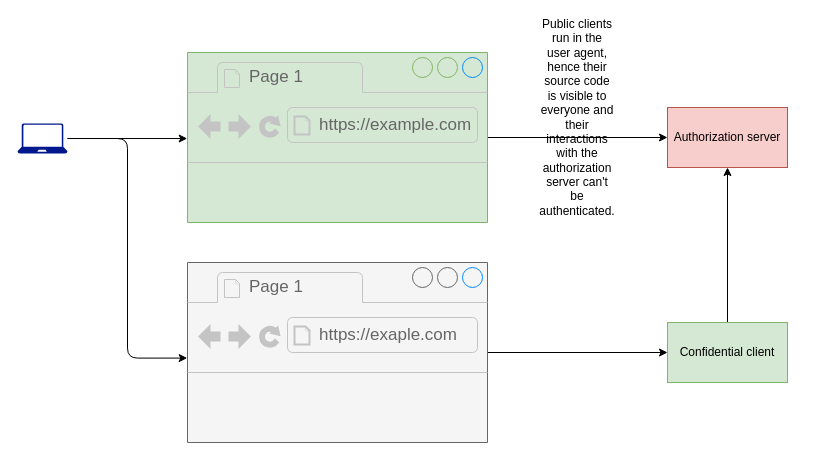
The draw.io diagram page "10.6" (6 of 8) of ch10.drawio in abunuwas/api-sec-book-imgs, before the edit. Source tidied: cells renumbered, new cells numbered last; positions are measured from the earlier drawing's top-left corner, leaving out a move shared by most shapes. Both pictures are drawn from the tidied source at 100%, with x=0, y=0 at pixel (17, 52).
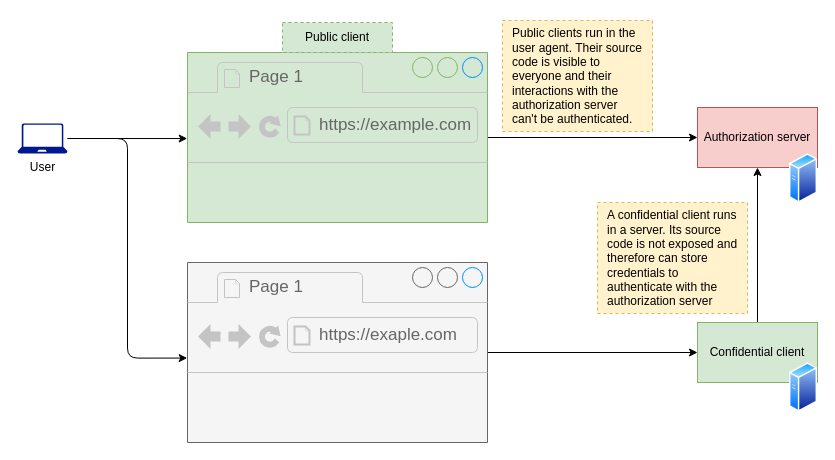
The same diagram, later.

The edit, as a diff of the source:
```diff
@@
     <mxCell id="6" value="Authorization server" style="rounded=0;whiteSpace=wrap;html=1;fillColor=#f8cecc;strokeColor=#b85450;" parent="1" vertex="1">
-      <mxGeometry x="650" y="55" width="120" height="60" as="geometry" />
+      <mxGeometry x="680" y="55" width="120" height="60" as="geometry" />
     </mxCell>
@@
     <mxCell id="8" value="Confidential client" style="rounded=0;whiteSpace=wrap;html=1;fillColor=#d5e8d4;strokeColor=#82b366;" parent="1" vertex="1">
-      <mxGeometry x="650" y="270" width="120" height="60" as="geometry" />
+      <mxGeometry x="680" y="270" width="120" height="60" as="geometry" />
     </mxCell>
-    <mxCell id="9" style="sketch=0;shadow=0;dashed=0;html=1;strokeColor=none;labelPosition=center;verticalLabelPosition=bottom;verticalAlign=top;align=center;fillColor=#00188D;shape=mxgraph.azure.laptop;" parent="1" vertex="1">
+    <mxCell id="9" value="User" style="sketch=0;shadow=0;dashed=0;html=1;strokeColor=none;labelPosition=center;verticalLabelPosition=bottom;verticalAlign=top;align=center;fillColor=#00188D;shape=mxgraph.azure.laptop;" parent="1" vertex="1">
       <mxGeometry y="71" width="50" height="30" as="geometry" />
     </mxCell>
@@
-    <mxCell id="16" value="Public clients run in the user agent, hence their source code is visible to everyone and their interactions with the authorization server can't be authenticated." style="text;html=1;align=center;verticalAlign=middle;whiteSpace=wrap;rounded=0;" parent="1" vertex="1">
-      <mxGeometry x="530" y="50" width="60" height="30" as="geometry" />
+    <mxCell id="16" value="Public clients run in the user agent. Their source code is visible to everyone and their interactions with the authorization server can't be authenticated." style="text;html=1;align=left;verticalAlign=middle;whiteSpace=wrap;rounded=0;spacing=10;strokeColor=#d6b656;dashed=1;fillColor=#fff2cc;" parent="1" vertex="1">
+      <mxGeometry x="485" y="-32" width="150" height="111" as="geometry" />
     </mxCell>
+    <mxCell id="17" style="image;perimeter=ellipsePerimeter;html=1;align=center;shadow=0;dashed=0;spacingTop=3;image=img/lib/active_directory/generic_server.svg;" parent="1" vertex="1">
+      <mxGeometry x="772" y="101" width="28" height="50" as="geometry" />
+    </mxCell>
+    <mxCell id="18" style="image;perimeter=ellipsePerimeter;html=1;align=center;shadow=0;dashed=0;spacingTop=3;image=img/lib/active_directory/generic_server.svg;" parent="1" vertex="1">
+      <mxGeometry x="772" y="310" width="28" height="50" as="geometry" />
+    </mxCell>
+    <mxCell id="19" value="Public client" style="text;html=1;align=center;verticalAlign=middle;whiteSpace=wrap;rounded=0;strokeColor=#82b366;dashed=1;fillColor=#d5e8d4;" parent="1" vertex="1">
+      <mxGeometry x="265" y="-30" width="110" height="30" as="geometry" />
+    </mxCell>
+    <mxCell id="20" value="A confidential client runs in a server. Its source code is not exposed and therefore can store credentials to authenticate with the authorization server" style="text;html=1;align=left;verticalAlign=middle;whiteSpace=wrap;rounded=0;spacing=10;strokeColor=#d6b656;dashed=1;fillColor=#fff2cc;" parent="1" vertex="1">
+      <mxGeometry x="580" y="150" width="150" height="111" as="geometry" />
+    </mxCell>
```
